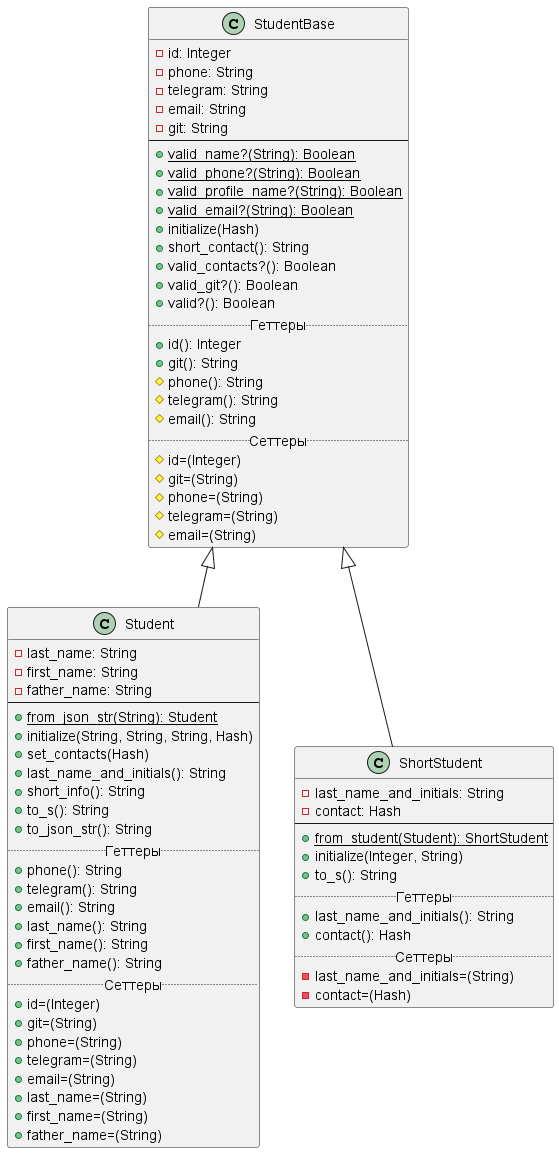
Before: Diagrams/lab2.png, a diagram exported from PlantUML (r1411/PatternsLabs).
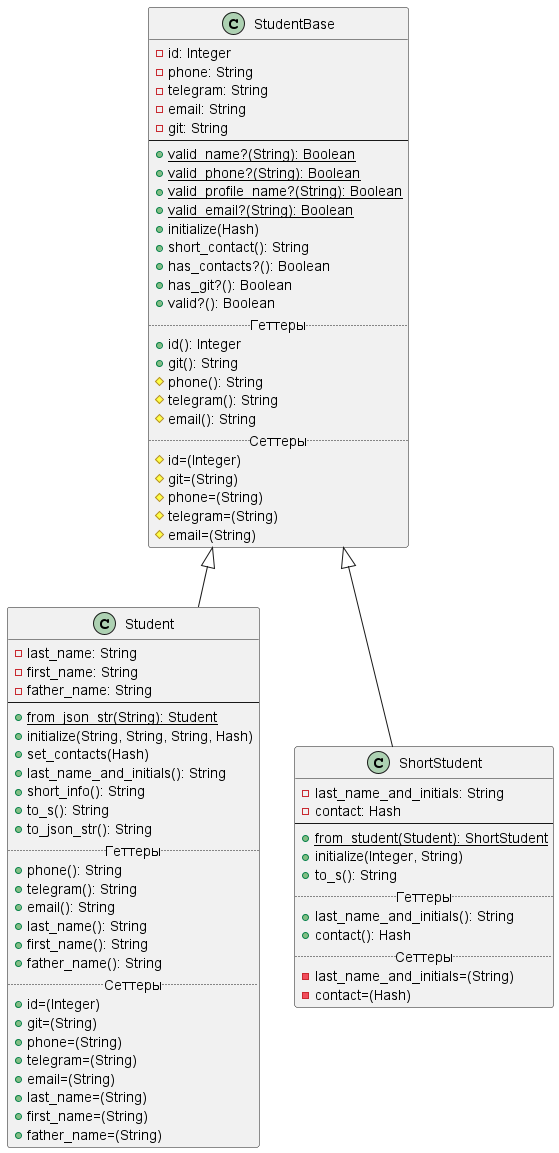
The same file after the commit.

Diff of the diagram source:
```diff
@@ -13,8 +13,8 @@
     +{static}valid_email?(String): Boolean
     +initialize(Hash)
     +short_contact(): String
-    +valid_contacts?(): Boolean
-    +valid_git?(): Boolean
+    +has_contacts?(): Boolean
+    +has_git?(): Boolean
     +valid?(): Boolean
     .. Геттеры ..
     +id(): Integer
```
